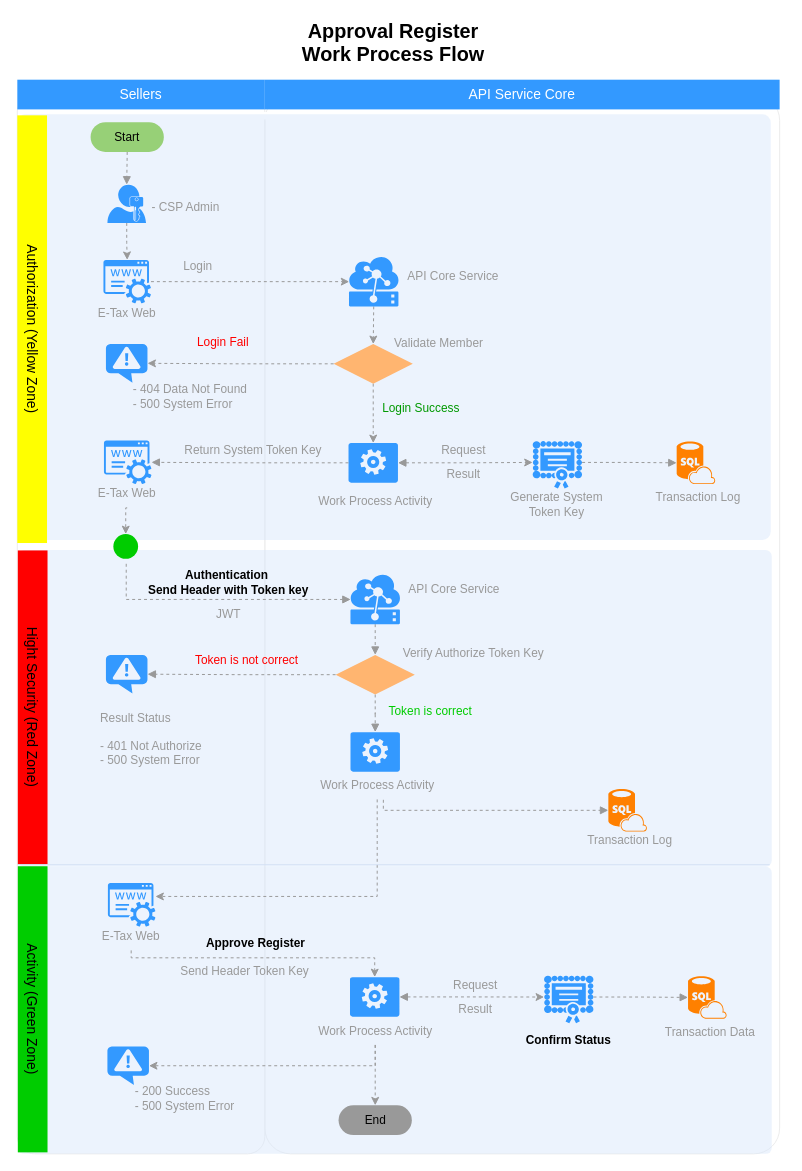
Earlier version of the draw.io diagram Approval Register.drawio (nirawat/eTax). Source tidied: cells renumbered, new cells numbered last; positions are measured from the earlier drawing's top-left corner, leaving out a move shared by most shapes. Both pictures are drawn from the tidied source at 99%, with x=0, y=0 at pixel (-182, 17).
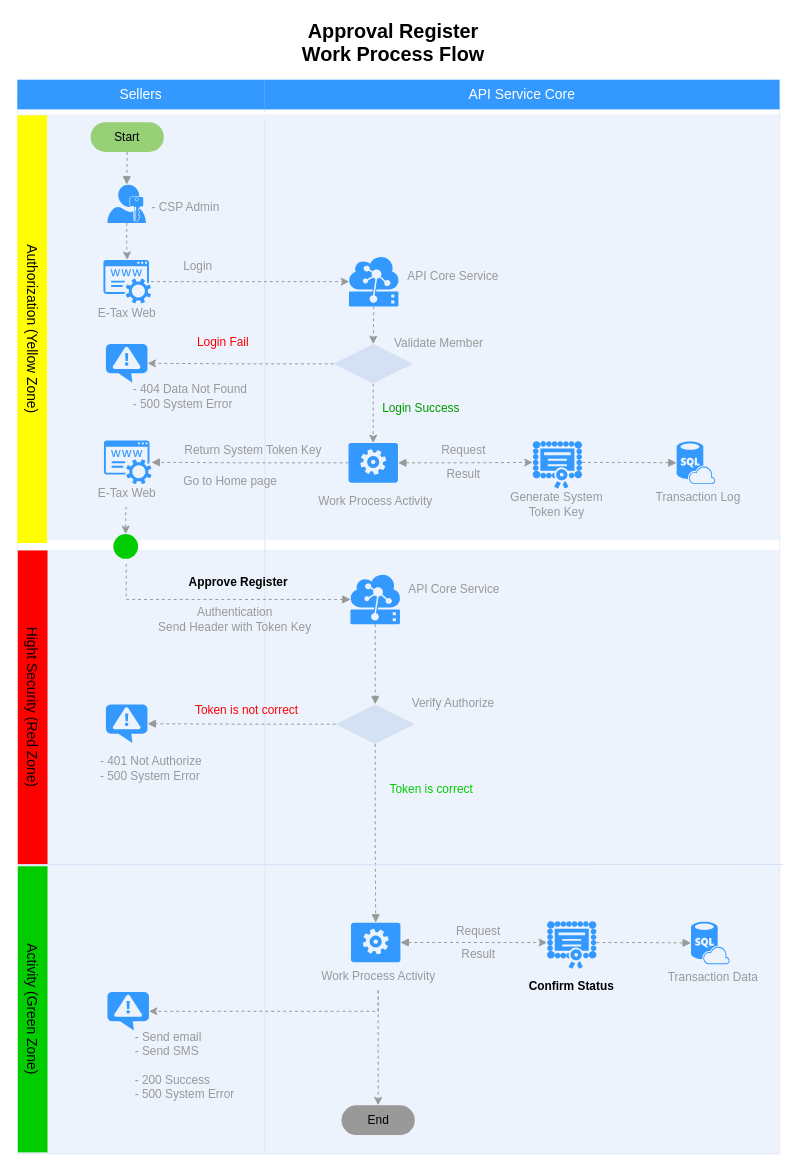
Above is the later version.

The change refers to these unchanged cells:
```xml
<mxCell id="17" style="group;" parent="16" vertex="1">
  <mxGeometry width="108" height="79" as="geometry" />
</mxCell>
<mxCell id="78" style="verticalLabelPosition=bottom;html=1;verticalAlign=top;align=center;strokeColor=none;fillColor=#3399FF;shape=mxgraph.azure.worker_role;fontSize=12;fontColor=#999999;" parent="77" vertex="1">
  <mxGeometry x="53" width="50" height="40" as="geometry" />
</mxCell>
```

Diff of the diagram source:
```diff
@@
-    <mxCell id="2" style="rounded=1;whiteSpace=wrap;html=1;strokeColor=#E6E6E6;strokeWidth=1;fillColor=#FFFFFF;fontFamily=Helvetica;fontSize=14;fontColor=#FFB366;opacity=75;verticalAlign=top;fontStyle=1;arcSize=5;" parent="1" vertex="1">
+    <mxCell id="2" style="rounded=1;whiteSpace=wrap;html=1;strokeColor=#E6E6E6;strokeWidth=1;fillColor=#FFFFFF;fontFamily=Helvetica;fontSize=14;fontColor=#FFB366;opacity=75;verticalAlign=top;fontStyle=1;arcSize=0;" parent="1" vertex="1">
       <mxGeometry x="451" y="78" width="520" height="1070" as="geometry" />
     </mxCell>
-    <mxCell id="3" style="rounded=1;whiteSpace=wrap;html=1;strokeColor=#E6E6E6;strokeWidth=1;fillColor=#FFFFFF;fontFamily=Helvetica;fontSize=14;fontColor=#FFB366;opacity=75;verticalAlign=top;fontStyle=1;arcSize=7;" parent="1" vertex="1">
+    <mxCell id="3" style="rounded=1;whiteSpace=wrap;html=1;strokeColor=#E6E6E6;strokeWidth=1;fillColor=#FFFFFF;fontFamily=Helvetica;fontSize=14;fontColor=#FFB366;opacity=75;verticalAlign=top;fontStyle=1;arcSize=0;" parent="1" vertex="1">
       <mxGeometry x="201" y="78" width="250" height="1070" as="geometry" />
     </mxCell>
@@
-    <mxCell id="5" style="rounded=1;whiteSpace=wrap;html=1;strokeColor=none;strokeWidth=1;fillColor=#dae8fc;fontSize=12;align=center;arcSize=2;opacity=50;" parent="1" vertex="1">
-      <mxGeometry x="202" y="858" width="761" height="290" as="geometry" />
+    <mxCell id="5" style="rounded=1;whiteSpace=wrap;html=1;strokeColor=none;strokeWidth=1;fillColor=#dae8fc;fontSize=12;align=center;arcSize=0;opacity=50;" parent="1" vertex="1">
+      <mxGeometry x="202" y="858" width="769" height="290" as="geometry" />
     </mxCell>
-    <mxCell id="6" style="rounded=1;whiteSpace=wrap;html=1;strokeColor=none;strokeWidth=1;fillColor=#dae8fc;fontSize=12;align=center;arcSize=2;opacity=50;" parent="1" vertex="1">
-      <mxGeometry x="202" y="538" width="761" height="320" as="geometry" />
+    <mxCell id="6" style="rounded=1;whiteSpace=wrap;html=1;strokeColor=none;strokeWidth=1;fillColor=#dae8fc;fontSize=12;align=center;arcSize=0;opacity=50;" parent="1" vertex="1">
+      <mxGeometry x="202" y="538" width="769" height="320" as="geometry" />
     </mxCell>
-    <mxCell id="7" style="rounded=1;whiteSpace=wrap;html=1;strokeColor=none;strokeWidth=1;fillColor=#dae8fc;fontSize=12;align=center;arcSize=2;opacity=50;" parent="1" vertex="1">
-      <mxGeometry x="201" y="98" width="761" height="430" as="geometry" />
+    <mxCell id="7" style="rounded=1;whiteSpace=wrap;html=1;strokeColor=none;strokeWidth=1;fillColor=#dae8fc;fontSize=12;align=center;arcSize=0;opacity=50;" parent="1" vertex="1">
+      <mxGeometry x="201" y="98" width="770" height="430" as="geometry" />
     </mxCell>
@@
     <mxCell id="11" style="verticalLabelPosition=bottom;html=1;verticalAlign=top;align=center;strokeColor=none;fillColor=#3399FF;shape=mxgraph.azure.notification_topic;fontSize=12;fontColor=#999999;" parent="1" vertex="1">
-      <mxGeometry x="290.5" y="644" width="42" height="39" as="geometry" />
+      <mxGeometry x="290.5" y="694" width="42" height="39" as="geometry" />
     </mxCell>
-    <mxCell id="12" value="Result Status&lt;br&gt;&lt;br&gt;- 401 Not Authorize&lt;br&gt;- 500 System Error&lt;br&gt;" style="text;html=1;strokeColor=none;fillColor=none;align=left;verticalAlign=middle;whiteSpace=wrap;rounded=0;fontSize=12;fontColor=#999999;" parent="1" vertex="1">
-      <mxGeometry x="283" y="690" width="143" height="77" as="geometry" />
+    <mxCell id="12" value="- 401 Not Authorize&lt;br&gt;- 500 System Error&lt;br&gt;" style="text;html=1;strokeColor=none;fillColor=none;align=left;verticalAlign=middle;whiteSpace=wrap;rounded=0;fontSize=12;fontColor=#999999;" parent="1" vertex="1">
+      <mxGeometry x="283" y="740" width="143" height="38" as="geometry" />
     </mxCell>
@@
-    <mxCell id="19" style="verticalLabelPosition=bottom;html=1;verticalAlign=top;align=center;strokeColor=none;fillColor=#FF8000;shape=mxgraph.azure.sql_database_sql_azure;fontSize=12;fontColor=#999999;" parent="17" vertex="1">
+    <mxCell id="19" style="verticalLabelPosition=bottom;html=1;verticalAlign=top;align=center;strokeColor=none;fillColor=#3399FF;shape=mxgraph.azure.sql_database_sql_azure;fontSize=12;fontColor=#999999;" parent="17" vertex="1">
       <mxGeometry x="31" y="10" width="39" height="43" as="geometry" />
     </mxCell>
@@
-    <mxCell id="43" style="edgeStyle=orthogonalEdgeStyle;rounded=0;jettySize=auto;html=1;exitX=0.5;exitY=1;exitDx=0;exitDy=0;dashed=1;startArrow=none;startFill=0;endArrow=block;endFill=1;strokeColor=#999999;" parent="1" edge="1" source="45" target="52">
+    <mxCell id="43" style="edgeStyle=orthogonalEdgeStyle;rounded=0;jettySize=auto;html=1;exitX=0.5;exitY=1;exitDx=0;exitDy=0;dashed=1;startArrow=none;startFill=0;endArrow=block;endFill=1;strokeColor=#999999;entryX=0.5;entryY=0;entryDx=0;entryDy=0;entryPerimeter=0;" parent="1" edge="1" source="45" target="78">
       <mxGeometry relative="1" as="geometry" />
     </mxCell>
@@
-    <mxCell id="45" style="rhombus;whiteSpace=wrap;html=1;strokeColor=none;strokeWidth=1;fillColor=#FFB570;fontSize=12;fontColor=#999999;align=left;" parent="1" vertex="1">
-      <mxGeometry x="522.5" y="644" width="80" height="40" as="geometry" />
+    <mxCell id="45" style="rhombus;whiteSpace=wrap;html=1;strokeColor=none;strokeWidth=1;fillColor=#D4E1F5;fontSize=12;fontColor=#999999;align=left;" parent="1" vertex="1">
+      <mxGeometry x="522.5" y="694" width="80" height="40" as="geometry" />
     </mxCell>
-    <mxCell id="46" value="Authentication&amp;nbsp;&lt;br&gt;Send Header with Token key&lt;br&gt;" style="text;html=1;strokeColor=none;fillColor=none;align=center;verticalAlign=middle;whiteSpace=wrap;rounded=0;fontSize=12;fontColor=#000000;fontStyle=1;" parent="1" vertex="1">
-      <mxGeometry x="318" y="554" width="193" height="34" as="geometry" />
+    <mxCell id="46" value="Approve Register&lt;br&gt;" style="text;html=1;strokeColor=none;fillColor=none;align=center;verticalAlign=middle;whiteSpace=wrap;rounded=0;fontSize=12;fontColor=#000000;fontStyle=1;" parent="1" vertex="1">
+      <mxGeometry x="318" y="554" width="213" height="34" as="geometry" />
     </mxCell>
@@
     <mxCell id="48" value="Token is correct" style="text;html=1;strokeColor=none;fillColor=none;align=center;verticalAlign=middle;whiteSpace=wrap;rounded=0;fontSize=12;fontColor=#00CC00;" parent="1" vertex="1">
-      <mxGeometry x="568" y="686.5" width="101" height="29" as="geometry" />
+      <mxGeometry x="569" y="765.5" width="101" height="29" as="geometry" />
     </mxCell>
-    <mxCell id="49" value="Verify Authorize Token Key" style="text;html=1;strokeColor=none;fillColor=none;align=center;verticalAlign=middle;whiteSpace=wrap;rounded=0;fontSize=12;fontColor=#999999;" parent="1" vertex="1">
-      <mxGeometry x="582" y="628" width="160" height="29" as="geometry" />
+    <mxCell id="49" value="Verify Authorize" style="text;html=1;strokeColor=none;fillColor=none;align=center;verticalAlign=middle;whiteSpace=wrap;rounded=0;fontSize=12;fontColor=#999999;" parent="1" vertex="1">
+      <mxGeometry x="582" y="678" width="119" height="29" as="geometry" />
     </mxCell>
     <mxCell id="50" value="Token is not correct" style="text;html=1;strokeColor=none;fillColor=none;align=center;verticalAlign=middle;whiteSpace=wrap;rounded=0;fontSize=12;fontColor=#FF0000;" parent="1" vertex="1">
-      <mxGeometry x="371" y="635" width="124" height="29" as="geometry" />
+      <mxGeometry x="371" y="685" width="124" height="29" as="geometry" />
     </mxCell>
-    <mxCell id="51" style="group;" parent="1" vertex="1">
-      <mxGeometry x="484.5" y="754" width="160" height="72" as="geometry" />
-    </mxCell>
-    <mxCell id="52" style="verticalLabelPosition=bottom;html=1;verticalAlign=top;align=center;strokeColor=none;fillColor=#3399FF;shape=mxgraph.azure.worker_role;fontSize=12;fontColor=#999999;" parent="51" vertex="1">
-      <mxGeometry x="53" y="-32" width="50" height="40" as="geometry" />
-    </mxCell>
-    <mxCell id="53" value="Work Process Activity&lt;br&gt;" style="text;html=1;strokeColor=none;fillColor=none;align=center;verticalAlign=middle;whiteSpace=wrap;rounded=0;fontSize=12;fontColor=#999999;" parent="51" vertex="1">
-      <mxGeometry y="7" width="160" height="29" as="geometry" />
-    </mxCell>
-    <mxCell id="54" style="edgeStyle=orthogonalEdgeStyle;rounded=0;jettySize=auto;html=1;exitX=0.539;exitY=1.013;exitDx=0;exitDy=0;entryX=0;entryY=0.5;entryDx=0;entryDy=0;entryPerimeter=0;dashed=1;startArrow=none;startFill=0;endArrow=block;endFill=1;strokeColor=#999999;exitPerimeter=0;" parent="1" edge="1" source="53" target="100">
-      <mxGeometry relative="1" as="geometry">
-        <Array as="points">
-          <mxPoint x="571" y="801" />
-        </Array>
-      </mxGeometry>
-    </mxCell>
     <mxCell id="55" value="End" style="rounded=1;whiteSpace=wrap;html=1;fontColor=#000000;align=center;arcSize=50;labelBackgroundColor=none;fillColor=#999999;strokeColor=none;" parent="1" vertex="1">
-      <mxGeometry x="525.5" y="1099" width="74" height="30" as="geometry" />
+      <mxGeometry x="528.5" y="1099" width="74" height="30" as="geometry" />
     </mxCell>
@@
-    <mxCell id="65" style="rhombus;whiteSpace=wrap;html=1;strokeColor=none;strokeWidth=1;fillColor=#FFB570;fontSize=12;fontColor=#999999;align=left;" parent="1" vertex="1">
+    <mxCell id="65" style="rhombus;whiteSpace=wrap;html=1;strokeColor=none;strokeWidth=1;fillColor=#D4E1F5;fontSize=12;fontColor=#999999;align=left;" parent="1" vertex="1">
       <mxGeometry x="520.5" y="330" width="80" height="40" as="geometry" />
     </mxCell>
@@
-    <mxCell id="76" style="edgeStyle=orthogonalEdgeStyle;rounded=0;jettySize=auto;html=1;exitX=0.5;exitY=1;exitDx=0;exitDy=0;dashed=1;strokeColor=#999999;" parent="1" edge="1" source="53" target="95">
-      <mxGeometry relative="1" as="geometry">
-        <Array as="points">
-          <mxPoint x="565" y="888" />
-        </Array>
-      </mxGeometry>
-    </mxCell>
     <mxCell id="77" style="group;" parent="1" vertex="1">
-      <mxGeometry x="484" y="969.5" width="160" height="72" as="geometry" />
+      <mxGeometry x="485" y="914.5" width="160" height="72" as="geometry" />
     </mxCell>
@@
     <mxCell id="79" style="group;" parent="1" vertex="1">
-      <mxGeometry x="702.5" y="1042" width="108" height="79" as="geometry" />
+      <mxGeometry x="705.5" y="1042" width="108" height="79" as="geometry" />
     </mxCell>
-    <mxCell id="80" value="Approve Register&lt;br&gt;" style="text;html=1;strokeColor=none;fillColor=none;align=center;verticalAlign=middle;whiteSpace=wrap;rounded=0;fontSize=12;fontColor=#000000;fontStyle=1;" parent="1" vertex="1">
-      <mxGeometry x="358" y="927.5" width="168" height="16" as="geometry" />
-    </mxCell>
@@
     <mxCell id="83" value="Work Process Activity&lt;br&gt;" style="text;html=1;strokeColor=none;fillColor=none;align=center;verticalAlign=middle;whiteSpace=wrap;rounded=0;fontSize=12;fontColor=#999999;" parent="1" vertex="1">
-      <mxGeometry x="482.5" y="1009" width="160" height="29" as="geometry" />
+      <mxGeometry x="485.5" y="954" width="160" height="29" as="geometry" />
     </mxCell>
     <mxCell id="84" value="Transaction Data" style="text;html=1;strokeColor=none;fillColor=none;align=center;verticalAlign=middle;whiteSpace=wrap;rounded=0;fontSize=12;fontColor=#999999;" parent="1" vertex="1">
-      <mxGeometry x="846.5" y="1010.5" width="108" height="29" as="geometry" />
+      <mxGeometry x="849.5" y="955.5" width="108" height="29" as="geometry" />
     </mxCell>
-    <mxCell id="85" style="verticalLabelPosition=bottom;html=1;verticalAlign=top;align=center;strokeColor=none;fillColor=#FF8000;shape=mxgraph.azure.sql_database_sql_azure;fontSize=12;fontColor=#999999;" parent="1" vertex="1">
-      <mxGeometry x="878.5" y="968.5" width="39" height="43" as="geometry" />
+    <mxCell id="85" style="verticalLabelPosition=bottom;html=1;verticalAlign=top;align=center;strokeColor=none;fillColor=#3399FF;shape=mxgraph.azure.sql_database_sql_azure;fontSize=12;fontColor=#999999;" parent="1" vertex="1">
+      <mxGeometry x="881.5" y="913.5" width="39" height="43" as="geometry" />
     </mxCell>
     <mxCell id="86" value="Confirm Status&lt;br&gt;" style="text;html=1;strokeColor=none;fillColor=none;align=center;verticalAlign=middle;whiteSpace=wrap;rounded=0;fontSize=12;fontColor=#000000;fontStyle=1;" parent="1" vertex="1">
-      <mxGeometry x="700.5" y="1016" width="114" height="36" as="geometry" />
+      <mxGeometry x="703.5" y="961" width="114" height="36" as="geometry" />
     </mxCell>
     <mxCell id="87" style="shadow=0;dashed=0;html=1;strokeColor=none;labelPosition=center;verticalLabelPosition=bottom;verticalAlign=top;align=center;shape=mxgraph.mscae.intune.inventory_license;fillColor=#3399FF;fontSize=14;" parent="1" vertex="1">
-      <mxGeometry x="733" y="968" width="50" height="48" as="geometry" />
+      <mxGeometry x="736" y="913" width="50" height="48" as="geometry" />
     </mxCell>
@@
     <mxCell id="89" value="Request" style="text;html=1;strokeColor=none;fillColor=none;align=center;verticalAlign=middle;whiteSpace=wrap;rounded=0;fontSize=12;fontColor=#999999;" parent="1" vertex="1">
-      <mxGeometry x="633.5" y="968" width="60" height="20" as="geometry" />
+      <mxGeometry x="636.5" y="913" width="60" height="20" as="geometry" />
     </mxCell>
     <mxCell id="90" value="Result" style="text;html=1;strokeColor=none;fillColor=none;align=center;verticalAlign=middle;whiteSpace=wrap;rounded=0;fontSize=12;fontColor=#999999;" parent="1" vertex="1">
-      <mxGeometry x="633.5" y="992" width="60" height="20" as="geometry" />
+      <mxGeometry x="636.5" y="937" width="60" height="20" as="geometry" />
     </mxCell>
@@
     <mxCell id="92" style="verticalLabelPosition=bottom;html=1;verticalAlign=top;align=center;strokeColor=none;fillColor=#3399FF;shape=mxgraph.azure.notification_topic;fontSize=12;fontColor=#999999;" parent="1" vertex="1">
-      <mxGeometry x="292" y="1039.5" width="42" height="39" as="geometry" />
+      <mxGeometry x="292" y="984.5" width="42" height="39" as="geometry" />
     </mxCell>
-    <mxCell id="93" value="- 200 Success&lt;br&gt;- 500 System Error&lt;br&gt;" style="text;html=1;strokeColor=none;fillColor=none;align=left;verticalAlign=middle;whiteSpace=wrap;rounded=0;fontSize=12;fontColor=#999999;" parent="1" vertex="1">
-      <mxGeometry x="317.5" y="1074.5" width="143" height="35" as="geometry" />
+    <mxCell id="93" value="- Send email&lt;br&gt;- Send SMS&lt;br&gt;&lt;br&gt;- 200 Success&lt;br&gt;- 500 System Error&lt;br&gt;" style="text;html=1;strokeColor=none;fillColor=none;align=left;verticalAlign=middle;whiteSpace=wrap;rounded=0;fontSize=12;fontColor=#999999;" parent="1" vertex="1">
+      <mxGeometry x="318" y="1020" width="143" height="78" as="geometry" />
     </mxCell>
-    <mxCell id="94" style="group;" parent="1" vertex="1">
-      <mxGeometry x="261" y="875.5" width="110" height="74" as="geometry" />
-    </mxCell>
-    <mxCell id="95" style="shadow=0;dashed=0;html=1;strokeColor=none;fillColor=#3399FF;labelPosition=center;verticalLabelPosition=bottom;verticalAlign=top;outlineConnect=0;align=center;shape=mxgraph.office.services.registrar_service;" parent="94" vertex="1">
-      <mxGeometry x="31.5" y="-1" width="48" height="44" as="geometry" />
-    </mxCell>
-    <mxCell id="96" value="E-Tax Web" style="text;html=1;strokeColor=none;fillColor=none;align=center;verticalAlign=middle;whiteSpace=wrap;rounded=0;fontSize=12;fontColor=#999999;" parent="94" vertex="1">
-      <mxGeometry y="37" width="110" height="30" as="geometry" />
-    </mxCell>
-    <mxCell id="97" style="edgeStyle=orthogonalEdgeStyle;rounded=0;jettySize=auto;html=1;exitX=0.5;exitY=1;exitDx=0;exitDy=0;entryX=0.5;entryY=0;entryDx=0;entryDy=0;entryPerimeter=0;dashed=1;strokeColor=#999999;fontColor=#009900;" parent="1" edge="1" source="96" target="78">
-      <mxGeometry relative="1" as="geometry">
-        <Array as="points">
-          <mxPoint x="316" y="950" />
-          <mxPoint x="562" y="950" />
-        </Array>
-      </mxGeometry>
-    </mxCell>
-    <mxCell id="98" style="group;" parent="1" vertex="1">
-      <mxGeometry x="766" y="779.5" width="108" height="71" as="geometry" />
-    </mxCell>
-    <mxCell id="99" value="Transaction Log" style="text;html=1;strokeColor=none;fillColor=none;align=center;verticalAlign=middle;whiteSpace=wrap;rounded=0;fontSize=12;fontColor=#999999;" parent="98" vertex="1">
-      <mxGeometry y="38" width="108" height="29" as="geometry" />
-    </mxCell>
-    <mxCell id="100" style="verticalLabelPosition=bottom;html=1;verticalAlign=top;align=center;strokeColor=none;fillColor=#FF8000;shape=mxgraph.azure.sql_database_sql_azure;fontSize=12;fontColor=#999999;" parent="98" vertex="1">
-      <mxGeometry x="32" width="39" height="43" as="geometry" />
-    </mxCell>
-    <mxCell id="101" value="JWT" style="text;html=1;strokeColor=none;fillColor=none;align=center;verticalAlign=middle;whiteSpace=wrap;rounded=0;fontSize=12;fontColor=#999999;" parent="1" vertex="1">
-      <mxGeometry x="364" y="588" width="101" height="29" as="geometry" />
+    <mxCell id="101" value="Authentication&lt;br&gt;Send Header with Token Key" style="text;html=1;strokeColor=none;fillColor=none;align=center;verticalAlign=middle;whiteSpace=wrap;rounded=0;fontSize=12;fontColor=#999999;" parent="1" vertex="1">
+      <mxGeometry x="331" y="588" width="180" height="40" as="geometry" />
     </mxCell>
-    <mxCell id="102" value="Send Header Token Key" style="text;html=1;strokeColor=none;fillColor=none;align=center;verticalAlign=middle;whiteSpace=wrap;rounded=0;fontSize=12;fontColor=#999999;" parent="1" vertex="1">
-      <mxGeometry x="336" y="949" width="190" height="29" as="geometry" />
-    </mxCell>
-    <mxCell id="103" style="endArrow=none;html=1;strokeColor=#D4E1F5;fontColor=#000000;" parent="1" edge="1">
+    <mxCell id="103" style="endArrow=none;html=1;strokeColor=#D4E1F5;fontColor=#000000;entryX=1.004;entryY=0.993;entryDx=0;entryDy=0;entryPerimeter=0;" parent="1" edge="1" target="6">
       <mxGeometry relative="1" as="geometry">
         <mxPoint x="201" y="856" as="sourcePoint" />
-        <mxPoint x="961" y="856" as="targetPoint" />
       </mxGeometry>
     </mxCell>
+    <mxCell id="104" value="Go to Home page" style="text;html=1;strokeColor=none;fillColor=none;align=left;verticalAlign=middle;whiteSpace=wrap;rounded=0;fontSize=12;fontColor=#999999;" parent="1" vertex="1">
+      <mxGeometry x="366.5" y="454.5" width="124" height="29" as="geometry" />
+    </mxCell>
```
